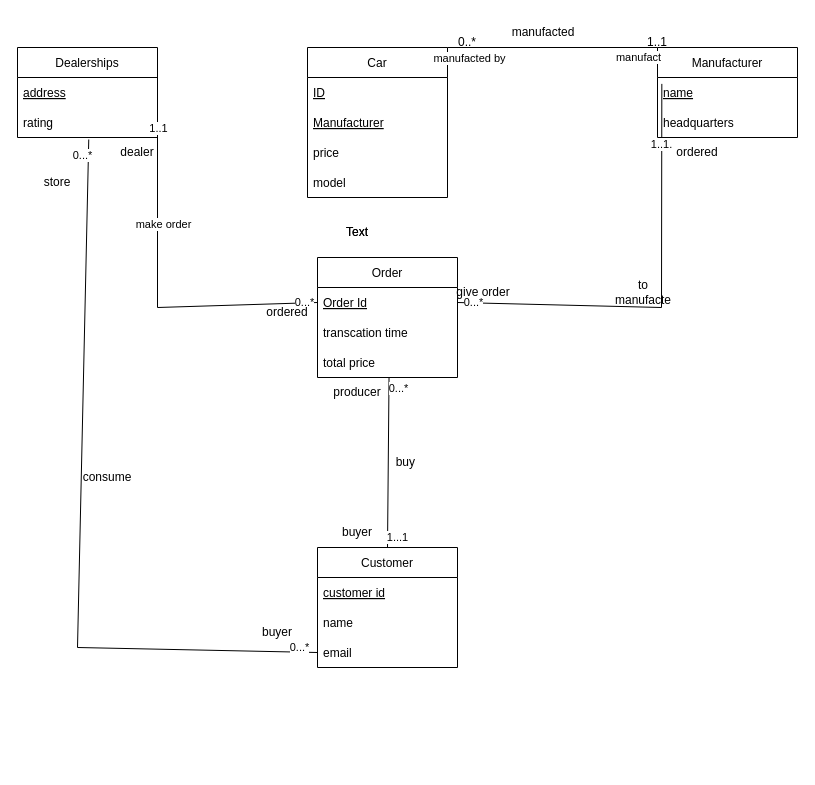
The draw.io diagram Untitled Diagram.drawio in houzey2/cs-411-drawing, before the edit. Source tidied: cells renumbered, new cells numbered last; positions are measured from the earlier drawing's top-left corner, leaving out a move shared by most shapes. Both pictures are drawn from the tidied source at 100%, with x=0, y=0 at pixel (17, 17).
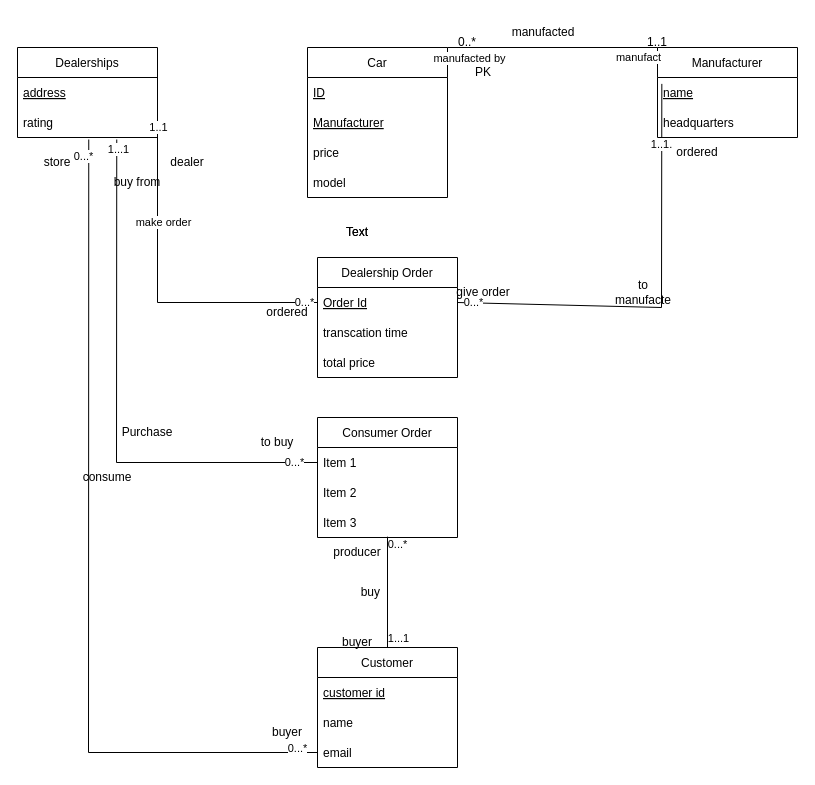
Above is the later version.

The change refers to these unchanged cells:
```xml
<mxCell id="2" value="Dealerships" style="swimlane;fontStyle=0;horizontal=1;startSize=30;" parent="1" vertex="1">
  <mxGeometry y="30" width="140" height="90" as="geometry" />
</mxCell>
<mxCell id="4" value="rating" style="text;strokeColor=none;fillColor=none;align=left;verticalAlign=middle;spacingLeft=4;spacingRight=4;overflow=hidden;points=[[0,0.5],[1,0.5]];portConstraint=eastwest;" parent="2" vertex="1">
  <mxGeometry y="60" width="140" height="30" as="geometry" />
</mxCell>
<mxCell id="14" value="Order Id" style="text;strokeColor=none;fillColor=none;align=left;verticalAlign=middle;spacingLeft=4;spacingRight=4;overflow=hidden;points=[[0,0.5],[1,0.5]];portConstraint=eastwest;fontStyle=4;" parent="13" vertex="1">
  <mxGeometry y="30" width="140" height="30" as="geometry" />
</mxCell>
<mxCell id="16" value="total price" style="text;strokeColor=none;fillColor=none;align=left;verticalAlign=middle;spacingLeft=4;spacingRight=4;overflow=hidden;points=[[0,0.5],[1,0.5]];portConstraint=eastwest;" parent="13" vertex="1">
  <mxGeometry y="90" width="140" height="30" as="geometry" />
</mxCell>
<mxCell id="20" value="email" style="text;strokeColor=none;fillColor=none;align=left;verticalAlign=middle;spacingLeft=4;spacingRight=4;overflow=hidden;points=[[0,0.5],[1,0.5]];portConstraint=eastwest;" parent="17" vertex="1">
  <mxGeometry y="90" width="140" height="30" as="geometry" />
</mxCell>
```

Diff of the diagram source:
```diff
@@
-    <mxCell id="13" value="Order" style="swimlane;fontStyle=0;horizontal=1;startSize=30;" parent="1" vertex="1">
+    <mxCell id="13" value="Dealership Order" style="swimlane;fontStyle=0;horizontal=1;startSize=30;" parent="1" vertex="1">
       <mxGeometry x="300" y="240" width="140" height="120" as="geometry" />
     </mxCell>
@@
     <mxCell id="17" value="Customer" style="swimlane;fontStyle=0;horizontal=1;startSize=30;" parent="1" vertex="1">
-      <mxGeometry x="300" y="530" width="140" height="120" as="geometry" />
+      <mxGeometry x="300" y="630" width="140" height="120" as="geometry" />
     </mxCell>
@@
     <mxCell id="27" style="endArrow=none;html=1;rounded=0;exitX=1;exitY=0.25;exitDx=0;exitDy=0;entryX=0;entryY=0.5;entryDx=0;entryDy=0;" parent="1" edge="1" source="2" target="14">
       <mxGeometry relative="1" as="geometry">
         <Array as="points">
-          <mxPoint x="140" y="290" />
+          <mxPoint x="140" y="285" />
         </Array>
       </mxGeometry>
     </mxCell>
@@
     <mxCell id="31" value="dealer" style="text;html=1;strokeColor=none;fillColor=none;align=center;verticalAlign=middle;whiteSpace=wrap;rounded=0;" parent="1" vertex="1">
-      <mxGeometry x="90" y="120" width="60" height="30" as="geometry" />
+      <mxGeometry x="140" y="130" width="60" height="30" as="geometry" />
     </mxCell>
@@
     <mxCell id="41" style="endArrow=none;html=1;rounded=0;entryX=0.509;entryY=1.067;entryDx=0;entryDy=0;entryPerimeter=0;exitX=0;exitY=0.5;exitDx=0;exitDy=0;" parent="1" edge="1" source="20" target="4">
       <mxGeometry relative="1" as="geometry">
         <Array as="points">
-          <mxPoint x="60" y="630" />
+          <mxPoint x="71" y="735" />
         </Array>
       </mxGeometry>
     </mxCell>
@@
     <mxCell id="44" value="buyer" style="text;html=1;strokeColor=none;fillColor=none;align=center;verticalAlign=middle;whiteSpace=wrap;rounded=0;" parent="1" vertex="1">
-      <mxGeometry x="230" y="600" width="60" height="30" as="geometry" />
+      <mxGeometry x="240" y="700" width="60" height="30" as="geometry" />
     </mxCell>
     <mxCell id="45" value="store" style="text;html=1;strokeColor=none;fillColor=none;align=center;verticalAlign=middle;whiteSpace=wrap;rounded=0;" parent="1" vertex="1">
-      <mxGeometry x="10" y="150" width="60" height="30" as="geometry" />
+      <mxGeometry x="10" y="130" width="60" height="30" as="geometry" />
     </mxCell>
@@
-    <mxCell id="47" style="endArrow=none;html=1;rounded=0;exitX=0.5;exitY=0;exitDx=0;exitDy=0;entryX=0.511;entryY=0.987;entryDx=0;entryDy=0;entryPerimeter=0;" parent="1" edge="1" source="17" target="16">
+    <mxCell id="47" style="endArrow=none;html=1;rounded=0;exitX=0.5;exitY=0;exitDx=0;exitDy=0;entryX=0.5;entryY=0.973;entryDx=0;entryDy=0;entryPerimeter=0;" parent="1" edge="1" source="17" target="56">
       <mxGeometry relative="1" as="geometry" />
     </mxCell>
@@
     <mxCell id="49" value="1...1" style="edgeLabel;html=1;align=center;verticalAlign=middle;" parent="47" vertex="1">
-      <mxGeometry x="-0.87" y="-9" relative="1" as="geometry" />
+      <mxGeometry x="-0.87" y="-9" relative="1" as="geometry">
+        <mxPoint x="1" y="-3" as="offset" />
+      </mxGeometry>
     </mxCell>
     <mxCell id="50" value="buyer" style="text;html=1;strokeColor=none;fillColor=none;align=center;verticalAlign=middle;whiteSpace=wrap;rounded=0;" parent="1" vertex="1">
-      <mxGeometry x="310" y="500" width="60" height="30" as="geometry" />
+      <mxGeometry x="310" y="610" width="60" height="30" as="geometry" />
     </mxCell>
     <mxCell id="51" value="buy&amp;nbsp;" style="text;html=1;strokeColor=none;fillColor=none;align=center;verticalAlign=middle;whiteSpace=wrap;rounded=0;" parent="1" vertex="1">
-      <mxGeometry x="360" y="430" width="60" height="30" as="geometry" />
+      <mxGeometry x="325" y="560" width="60" height="30" as="geometry" />
     </mxCell>
     <mxCell id="52" value="producer" style="text;html=1;strokeColor=none;fillColor=none;align=center;verticalAlign=middle;whiteSpace=wrap;rounded=0;" parent="1" vertex="1">
-      <mxGeometry x="310" y="360" width="60" height="30" as="geometry" />
+      <mxGeometry x="310" y="520" width="60" height="30" as="geometry" />
     </mxCell>
+    <mxCell id="53" value="Consumer Order" style="swimlane;fontStyle=0;horizontal=1;startSize=30;" parent="1" vertex="1">
+      <mxGeometry x="300" y="400" width="140" height="120" as="geometry" />
+    </mxCell>
+    <mxCell id="54" value="Item 1" style="text;strokeColor=none;fillColor=none;align=left;verticalAlign=middle;spacingLeft=4;spacingRight=4;overflow=hidden;points=[[0,0.5],[1,0.5]];portConstraint=eastwest;" parent="53" vertex="1">
+      <mxGeometry y="30" width="140" height="30" as="geometry" />
+    </mxCell>
+    <mxCell id="55" value="Item 2" style="text;strokeColor=none;fillColor=none;align=left;verticalAlign=middle;spacingLeft=4;spacingRight=4;overflow=hidden;" parent="53" vertex="1">
+      <mxGeometry y="60" width="140" height="30" as="geometry" />
+    </mxCell>
+    <mxCell id="56" value="Item 3" style="text;strokeColor=none;fillColor=none;align=left;verticalAlign=middle;spacingLeft=4;spacingRight=4;overflow=hidden;points=[[0,0.5],[1,0.5]];portConstraint=eastwest;" parent="53" vertex="1">
+      <mxGeometry y="90" width="140" height="30" as="geometry" />
+    </mxCell>
+    <mxCell id="57" style="endArrow=none;html=1;rounded=0;entryX=0;entryY=0.5;entryDx=0;entryDy=0;exitX=0.709;exitY=1.067;exitDx=0;exitDy=0;exitPerimeter=0;" parent="1" edge="1" source="4" target="54">
+      <mxGeometry relative="1" as="geometry">
+        <Array as="points">
+          <mxPoint x="99" y="445" />
+        </Array>
+      </mxGeometry>
+    </mxCell>
+    <mxCell id="58" value="1...1" style="edgeLabel;html=1;align=center;verticalAlign=middle;" parent="57" vertex="1">
+      <mxGeometry x="-0.95" y="1" relative="1" as="geometry">
+        <mxPoint y="-4" as="offset" />
+      </mxGeometry>
+    </mxCell>
+    <mxCell id="59" value="0...*" style="edgeLabel;html=1;align=center;verticalAlign=middle;" parent="57" vertex="1">
+      <mxGeometry x="0.91" y="1" relative="1" as="geometry" />
+    </mxCell>
+    <mxCell id="60" value="buy from" style="text;html=1;strokeColor=none;fillColor=none;align=center;verticalAlign=middle;whiteSpace=wrap;rounded=0;" parent="1" vertex="1">
+      <mxGeometry x="89.8" y="150" width="60" height="30" as="geometry" />
+    </mxCell>
+    <mxCell id="61" value="Purchase" style="text;html=1;strokeColor=none;fillColor=none;align=center;verticalAlign=middle;whiteSpace=wrap;rounded=0;" parent="1" vertex="1">
+      <mxGeometry x="100" y="400" width="60" height="30" as="geometry" />
+    </mxCell>
+    <mxCell id="62" value="to buy" style="text;html=1;strokeColor=none;fillColor=none;align=center;verticalAlign=middle;whiteSpace=wrap;rounded=0;" parent="1" vertex="1">
+      <mxGeometry x="230" y="410" width="60" height="30" as="geometry" />
+    </mxCell>
+    <mxCell id="63" value="PK" style="text;html=1;strokeColor=none;fillColor=none;align=center;verticalAlign=middle;whiteSpace=wrap;rounded=0;" parent="1" vertex="1">
+      <mxGeometry x="436" y="40" width="60" height="30" as="geometry" />
+    </mxCell>
```
